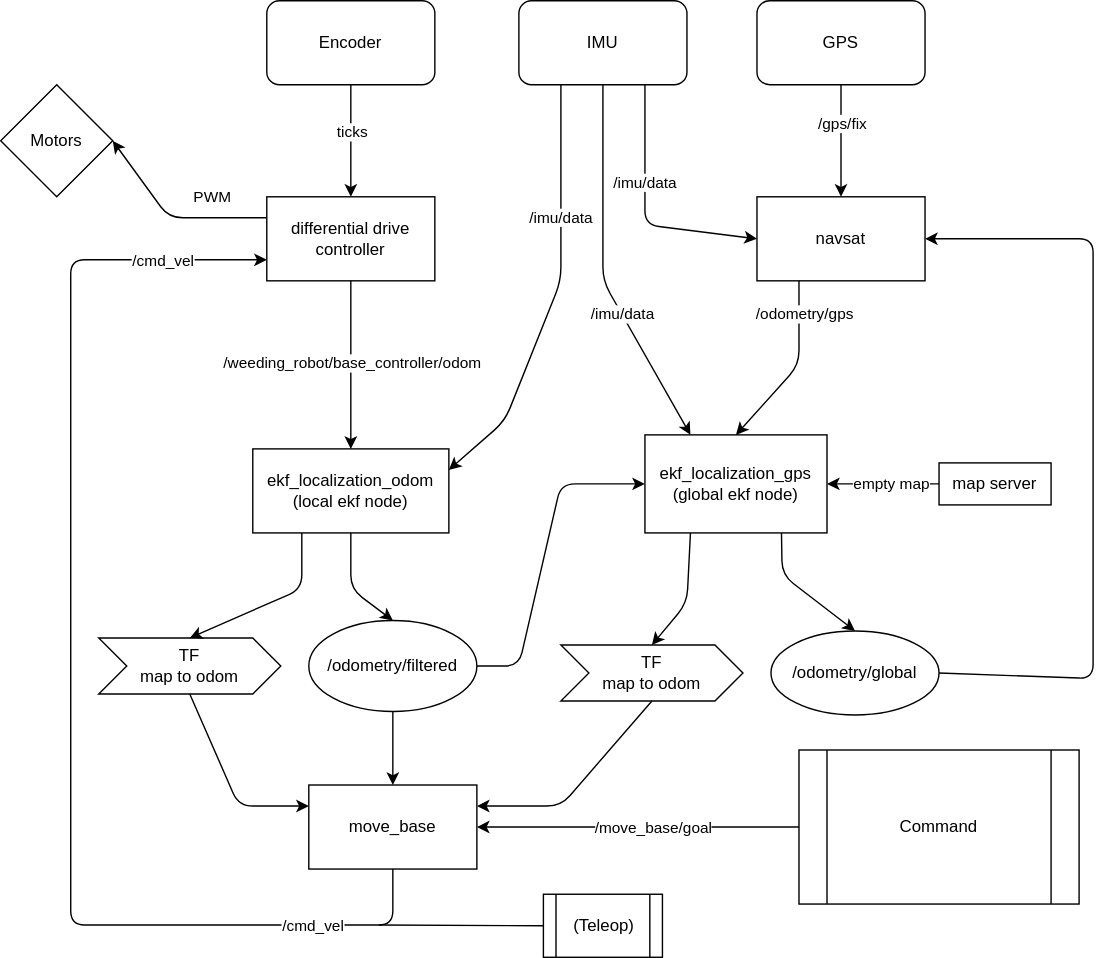
Above: weeding_robot_description/pictures/Software_structure.svg in hank880907/weeding-robot (draw.io), before the change. Source tidied: cells renumbered, new cells last; positions are measured from the earlier drawing's top-left corner, leaving out a move shared by most shapes.
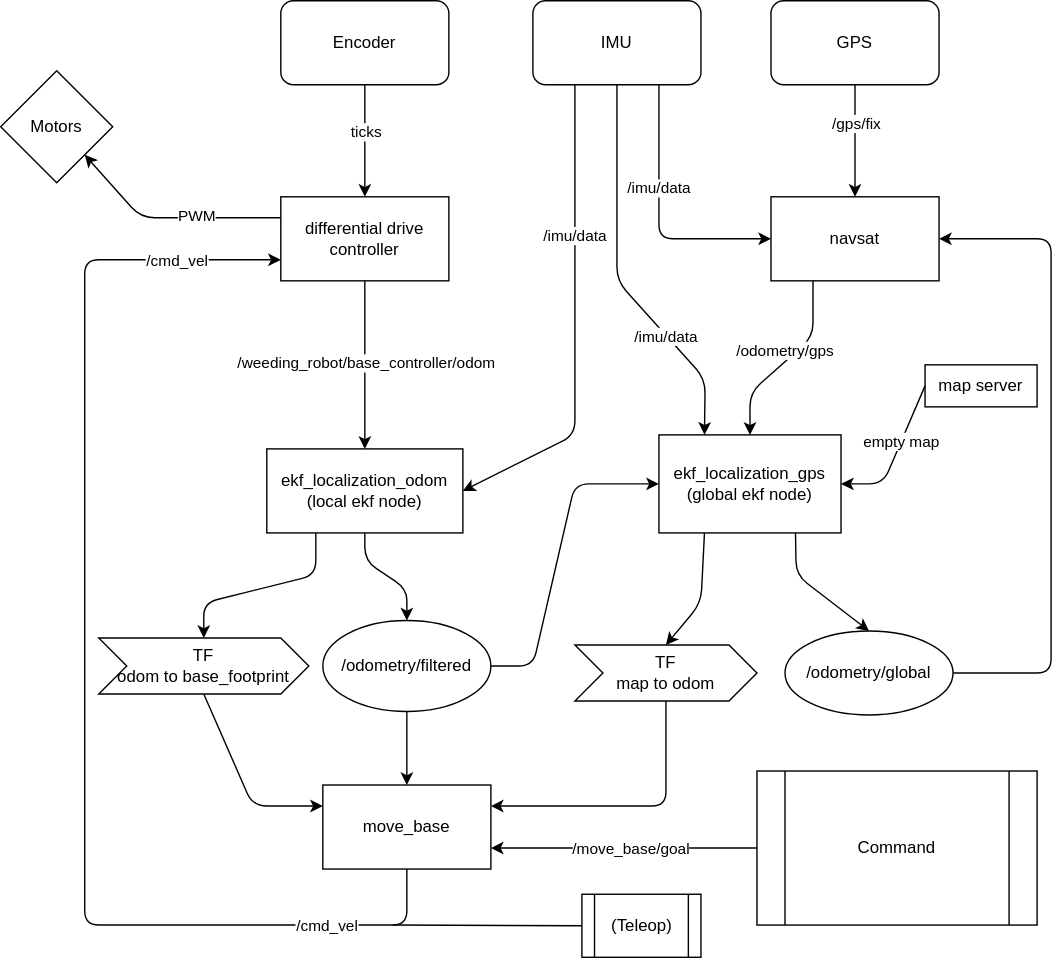
The same file after the commit.

The edit, as a diff of the source:
```diff
@@ -18,7 +18,7 @@
       <mxGeometry x="540" y="140" width="120" height="60" as="geometry" />
     </mxCell>
     <mxCell id="7" value="Motors" style="rhombus;whiteSpace=wrap;html=1;" parent="1" vertex="1">
-      <mxGeometry y="60" width="80" height="80" as="geometry" />
+      <mxGeometry x="-10" y="50" width="80" height="80" as="geometry" />
     </mxCell>
     <mxCell id="8" style="endArrow=classic;html=1;exitX=0.5;exitY=1;exitDx=0;exitDy=0;" parent="1" edge="1" source="4" target="5">
       <mxGeometry relative="1" as="geometry" />
@@ -26,10 +26,10 @@
     <mxCell id="9" value="ticks" style="edgeLabel;html=1;align=center;verticalAlign=middle;" parent="8" vertex="1">
       <mxGeometry x="-0.17" relative="1" as="geometry" />
     </mxCell>
-    <mxCell id="10" style="endArrow=classic;html=1;exitX=0;exitY=0.25;exitDx=0;exitDy=0;entryX=1;entryY=0.5;entryDx=0;entryDy=0;" parent="1" edge="1" source="5" target="7">
+    <mxCell id="10" style="endArrow=classic;html=1;exitX=0;exitY=0.25;exitDx=0;exitDy=0;entryX=1;entryY=1;entryDx=0;entryDy=0;" parent="1" edge="1" source="5" target="7">
       <mxGeometry relative="1" as="geometry">
         <Array as="points">
-          <mxPoint x="120" y="155" />
+          <mxPoint x="90" y="155" />
         </Array>
       </mxGeometry>
     </mxCell>
@@ -53,11 +53,10 @@
     <mxCell id="16" value="/weeding_robot/base_controller/odom" style="edgeLabel;html=1;align=center;verticalAlign=middle;" parent="15" vertex="1">
       <mxGeometry x="-0.03" relative="1" as="geometry" />
     </mxCell>
-    <mxCell id="17" style="endArrow=classic;html=1;exitX=0.25;exitY=1;exitDx=0;exitDy=0;entryX=1;entryY=0.25;entryDx=0;entryDy=0;" parent="1" edge="1" source="2" target="14">
+    <mxCell id="17" style="endArrow=classic;html=1;exitX=0.25;exitY=1;exitDx=0;exitDy=0;entryX=1;entryY=0.5;entryDx=0;entryDy=0;" parent="1" edge="1" source="2" target="14">
       <mxGeometry relative="1" as="geometry">
         <Array as="points">
-          <mxPoint x="400" y="200" />
-          <mxPoint x="360" y="300" />
+          <mxPoint x="400" y="310" />
         </Array>
       </mxGeometry>
     </mxCell>
@@ -69,7 +68,7 @@
     <mxCell id="19" style="endArrow=classic;html=1;exitX=0.75;exitY=1;exitDx=0;exitDy=0;entryX=0;entryY=0.5;entryDx=0;entryDy=0;" parent="1" edge="1" source="2" target="6">
       <mxGeometry relative="1" as="geometry">
         <Array as="points">
-          <mxPoint x="460" y="160" />
+          <mxPoint x="460" y="170" />
         </Array>
       </mxGeometry>
     </mxCell>
@@ -79,7 +78,8 @@
     <mxCell id="21" style="endArrow=classic;html=1;exitX=0.5;exitY=1;exitDx=0;exitDy=0;entryX=0.5;entryY=0;entryDx=0;entryDy=0;" parent="1" edge="1" source="14" target="40">
       <mxGeometry relative="1" as="geometry">
         <Array as="points">
-          <mxPoint x="250" y="420" />
+          <mxPoint x="250" y="400" />
+          <mxPoint x="280" y="420" />
         </Array>
       </mxGeometry>
     </mxCell>
@@ -96,24 +96,28 @@
     <mxCell id="24" style="endArrow=classic;html=1;exitX=0.25;exitY=1;exitDx=0;exitDy=0;entryX=0.5;entryY=0;entryDx=0;entryDy=0;" parent="1" edge="1" source="6" target="22">
       <mxGeometry relative="1" as="geometry">
         <Array as="points">
-          <mxPoint x="570" y="260" />
+          <mxPoint x="570" y="240" />
+          <mxPoint x="525" y="280" />
         </Array>
       </mxGeometry>
     </mxCell>
     <mxCell id="25" value="/odometry/gps" style="edgeLabel;html=1;align=center;verticalAlign=middle;" parent="24" vertex="1">
       <mxGeometry x="0.33" y="-1" relative="1" as="geometry">
-        <mxPoint x="21.2" y="-53.9" as="offset" />
+        <mxPoint x="15.8" y="-20.5" as="offset" />
       </mxGeometry>
     </mxCell>
     <mxCell id="26" style="endArrow=classic;html=1;exitX=0.5;exitY=1;exitDx=0;exitDy=0;entryX=0.25;entryY=0;entryDx=0;entryDy=0;" parent="1" edge="1" source="2" target="22">
       <mxGeometry relative="1" as="geometry">
         <Array as="points">
           <mxPoint x="430" y="200" />
+          <mxPoint x="493" y="270" />
         </Array>
       </mxGeometry>
     </mxCell>
     <mxCell id="27" value="/imu/data" style="edgeLabel;html=1;align=center;verticalAlign=middle;" parent="26" vertex="1">
-      <mxGeometry x="0.25" relative="1" as="geometry" />
+      <mxGeometry x="0.25" relative="1" as="geometry">
+        <mxPoint x="14.3" y="16.5" as="offset" />
+      </mxGeometry>
     </mxCell>
     <mxCell id="28" style="endArrow=classic;html=1;exitX=1;exitY=0.5;exitDx=0;exitDy=0;entryX=0;entryY=0.5;entryDx=0;entryDy=0;" parent="1" edge="1" source="40" target="22">
       <mxGeometry relative="1" as="geometry">
@@ -123,20 +127,14 @@
         </Array>
       </mxGeometry>
     </mxCell>
-    <mxCell id="29" style="edgeStyle=orthogonalEdgeStyle;rounded=0;jettySize=auto;html=1;" parent="1" edge="1" source="31" target="22">
-      <mxGeometry relative="1" as="geometry" />
-    </mxCell>
-    <mxCell id="30" value="empty map" style="edgeLabel;html=1;align=center;verticalAlign=middle;" parent="29" vertex="1">
-      <mxGeometry x="-0.13" y="-1" relative="1" as="geometry" />
-    </mxCell>
     <mxCell id="31" value="map server" style="rounded=0;whiteSpace=wrap;html=1;" parent="1" vertex="1">
-      <mxGeometry x="670" y="330" width="80" height="30" as="geometry" />
+      <mxGeometry x="650" y="260" width="80" height="30" as="geometry" />
     </mxCell>
     <mxCell id="32" style="endArrow=classic;html=1;exitX=1;exitY=0.5;exitDx=0;exitDy=0;entryX=1;entryY=0.5;entryDx=0;entryDy=0;" parent="1" edge="1" source="36" target="6">
       <mxGeometry relative="1" as="geometry">
         <Array as="points">
-          <mxPoint x="780" y="484" />
-          <mxPoint x="780" y="170" />
+          <mxPoint x="740" y="480" />
+          <mxPoint x="740" y="170" />
         </Array>
       </mxGeometry>
     </mxCell>
@@ -159,13 +157,14 @@
         </Array>
       </mxGeometry>
     </mxCell>
-    <mxCell id="38" value="TF &lt;br&gt;map to odom" style="shape=step;perimeter=stepPerimeter;whiteSpace=wrap;html=1;fixedSize=1;" parent="1" vertex="1">
-      <mxGeometry x="70" y="455" width="130" height="40" as="geometry" />
+    <mxCell id="38" value="TF &lt;br&gt;odom to base_footprint" style="shape=step;perimeter=stepPerimeter;whiteSpace=wrap;html=1;fixedSize=1;" parent="1" vertex="1">
+      <mxGeometry x="60" y="455" width="150" height="40" as="geometry" />
     </mxCell>
     <mxCell id="39" style="endArrow=classic;html=1;exitX=0.25;exitY=1;exitDx=0;exitDy=0;entryX=0.5;entryY=0;entryDx=0;entryDy=0;" parent="1" edge="1" source="14" target="38">
       <mxGeometry relative="1" as="geometry">
         <Array as="points">
-          <mxPoint x="215" y="420" />
+          <mxPoint x="215" y="410" />
+          <mxPoint x="135" y="430" />
         </Array>
       </mxGeometry>
     </mxCell>
@@ -182,7 +181,7 @@
     <mxCell id="42" style="endArrow=classic;html=1;exitX=0.5;exitY=1;exitDx=0;exitDy=0;entryX=1;entryY=0.25;entryDx=0;entryDy=0;" parent="1" edge="1" source="35" target="34">
       <mxGeometry relative="1" as="geometry">
         <Array as="points">
-          <mxPoint x="400" y="575" />
+          <mxPoint x="465" y="575" />
         </Array>
       </mxGeometry>
     </mxCell>
@@ -202,9 +201,9 @@
       <mxGeometry x="-0.78" relative="1" as="geometry" />
     </mxCell>
     <mxCell id="46" value="Command" style="shape=process;whiteSpace=wrap;html=1;backgroundOutline=1;" parent="1" vertex="1">
-      <mxGeometry x="570" y="535" width="200" height="110" as="geometry" />
+      <mxGeometry x="530" y="550" width="200" height="110" as="geometry" />
     </mxCell>
-    <mxCell id="47" style="endArrow=classic;html=1;exitX=0;exitY=0.5;exitDx=0;exitDy=0;entryX=1;entryY=0.5;entryDx=0;entryDy=0;" parent="1" edge="1" source="46" target="34">
+    <mxCell id="47" style="endArrow=classic;html=1;exitX=0;exitY=0.5;exitDx=0;exitDy=0;entryX=1;entryY=0.75;entryDx=0;entryDy=0;" parent="1" edge="1" source="46" target="34">
       <mxGeometry relative="1" as="geometry" />
     </mxCell>
     <mxCell id="48" value="/move_base/goal" style="edgeLabel;html=1;align=center;verticalAlign=middle;" parent="47" vertex="1">
@@ -213,12 +212,24 @@
       </mxGeometry>
     </mxCell>
     <mxCell id="49" value="(Teleop)" style="shape=process;whiteSpace=wrap;html=1;backgroundOutline=1;" parent="1" vertex="1">
-      <mxGeometry x="387.5" y="638" width="85" height="45" as="geometry" />
+      <mxGeometry x="405" y="638" width="85" height="45" as="geometry" />
     </mxCell>
     <mxCell id="50" style="endArrow=none;html=1;exitX=0;exitY=0.5;exitDx=0;exitDy=0;" parent="1" edge="1" source="49">
       <mxGeometry relative="1" as="geometry">
         <mxPoint x="270" y="660" as="targetPoint" />
       </mxGeometry>
     </mxCell>
+    <mxCell id="29" style="endArrow=classic;html=1;entryX=1;entryY=0.5;entryDx=0;entryDy=0;exitX=0;exitY=0.5;exitDx=0;exitDy=0;" parent="1" edge="1" source="31" target="22">
+      <mxGeometry relative="1" as="geometry">
+        <Array as="points">
+          <mxPoint x="620" y="345" />
+        </Array>
+      </mxGeometry>
+    </mxCell>
+    <mxCell id="30" value="empty map" style="edgeLabel;html=1;align=center;verticalAlign=middle;" parent="29" vertex="1">
+      <mxGeometry x="-0.09" y="1" relative="1" as="geometry">
+        <mxPoint y="-4.8" as="offset" />
+      </mxGeometry>
+    </mxCell>
   </root>
 </mxGraphModel>
```
